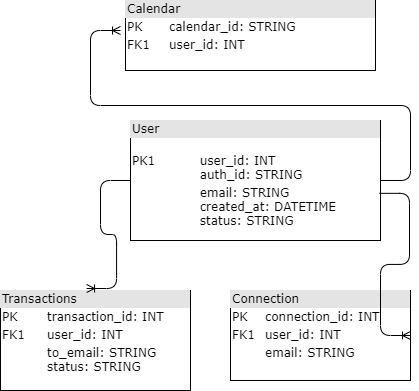
This is db_schema.png from sheensantoscapadngan/auto-calendar, a draw.io export, as it was before one commit. Source tidied: cells renumbered, new cells last; positions are measured from the earlier drawing's top-left corner, leaving out a move shared by most shapes.
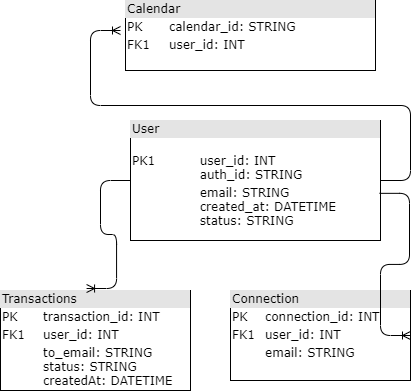
Above is the later version.

What changed in the source:
```diff
@@ -19,7 +19,7 @@
         <mxPoint x="120" y="30" as="targetPoint" />
       </mxGeometry>
     </mxCell>
-    <mxCell id="7" value="&lt;div style=&quot;box-sizing: border-box ; width: 100% ; background: #e4e4e4 ; padding: 2px&quot;&gt;Transactions&lt;/div&gt;&lt;table style=&quot;width: 100% ; font-size: 1em&quot; cellpadding=&quot;2&quot; cellspacing=&quot;0&quot;&gt;&lt;tbody&gt;&lt;tr&gt;&lt;td&gt;PK&lt;/td&gt;&lt;td&gt;transaction_id: INT&lt;/td&gt;&lt;/tr&gt;&lt;tr&gt;&lt;td&gt;FK1&lt;/td&gt;&lt;td&gt;user_id: INT&lt;/td&gt;&lt;/tr&gt;&lt;tr&gt;&lt;td&gt;&lt;span style=&quot;white-space: pre&quot;&gt;&#9;&lt;/span&gt;&lt;br&gt;&lt;/td&gt;&lt;td&gt;to_email: STRING&lt;br&gt;status: STRING&lt;/td&gt;&lt;/tr&gt;&lt;/tbody&gt;&lt;/table&gt;" style="verticalAlign=top;align=left;overflow=fill;html=1;rounded=0;shadow=0;comic=0;labelBackgroundColor=none;strokeWidth=1;fontFamily=Verdana;fontSize=12;" parent="1" vertex="1">
+    <mxCell id="7" value="&lt;div style=&quot;box-sizing: border-box ; width: 100% ; background: #e4e4e4 ; padding: 2px&quot;&gt;Transactions&lt;/div&gt;&lt;table style=&quot;width: 100% ; font-size: 1em&quot; cellpadding=&quot;2&quot; cellspacing=&quot;0&quot;&gt;&lt;tbody&gt;&lt;tr&gt;&lt;td&gt;PK&lt;/td&gt;&lt;td&gt;transaction_id: INT&lt;/td&gt;&lt;/tr&gt;&lt;tr&gt;&lt;td&gt;FK1&lt;/td&gt;&lt;td&gt;user_id: INT&lt;/td&gt;&lt;/tr&gt;&lt;tr&gt;&lt;td&gt;&lt;span style=&quot;white-space: pre&quot;&gt;&#9;&lt;/span&gt;&lt;br&gt;&lt;/td&gt;&lt;td&gt;to_email: STRING&lt;br&gt;status: STRING&lt;br&gt;createdAt: DATETIME&lt;/td&gt;&lt;/tr&gt;&lt;/tbody&gt;&lt;/table&gt;" style="verticalAlign=top;align=left;overflow=fill;html=1;rounded=0;shadow=0;comic=0;labelBackgroundColor=none;strokeWidth=1;fontFamily=Verdana;fontSize=12;" parent="1" vertex="1">
       <mxGeometry y="290" width="190" height="100" as="geometry" />
     </mxCell>
     <mxCell id="8" style="edgeStyle=entityRelationEdgeStyle;fontSize=12;html=1;endArrow=ERoneToMany;exitX=0;exitY=0.5;exitDx=0;exitDy=0;entryX=0.453;entryY=-0.02;entryDx=0;entryDy=0;entryPerimeter=0;" parent="1" edge="1" source="2" target="7">
```
